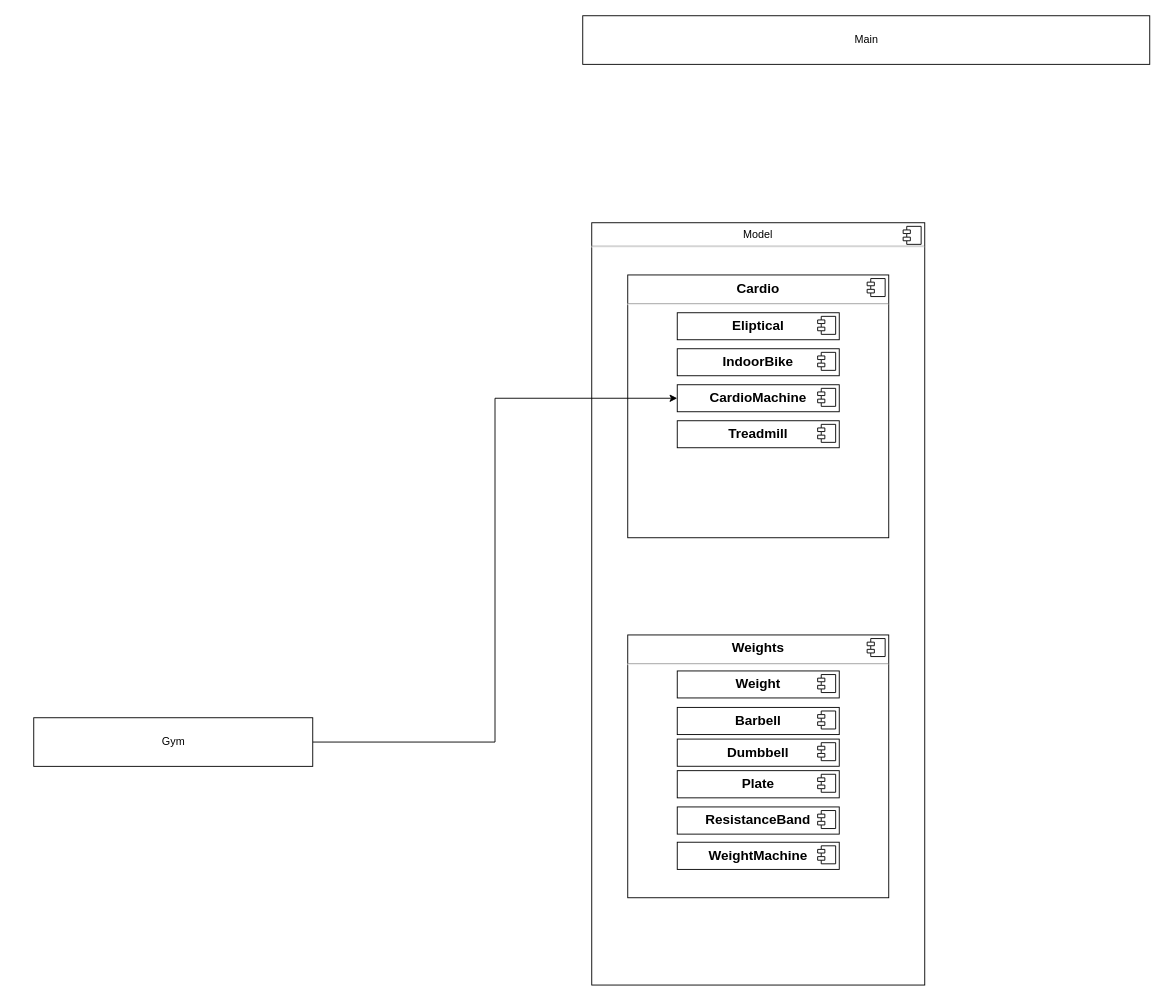
Earlier version of the draw.io diagram FitLifeGymMAP.drawio (OmenM/Programming). Source tidied: cells renumbered, new cells numbered last; positions are measured from the earlier drawing's top-left corner, leaving out a move shared by most shapes. Both pictures are drawn from the tidied source at 90%, with x=0, y=0 at pixel (33, 15).
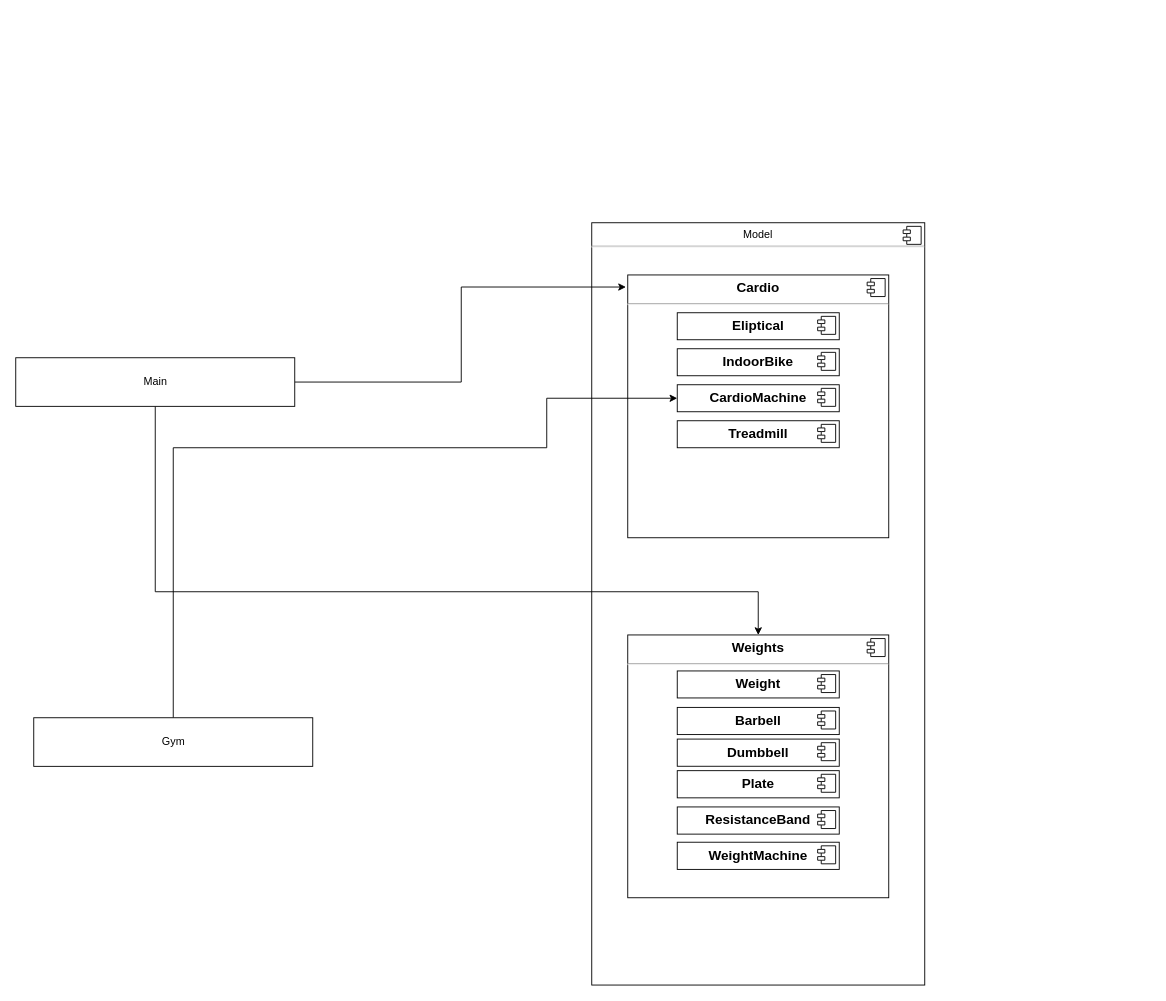
The same diagram, later.

The change refers to these unchanged cells:
```xml
<mxCell id="4" value="&lt;p style=&quot;margin: 0px ; margin-top: 6px ; text-align: center&quot;&gt;&lt;b&gt;Weights&lt;/b&gt;&lt;/p&gt;&lt;hr&gt;&lt;p style=&quot;margin: 0px ; margin-left: 8px&quot;&gt;&lt;br&gt;&lt;/p&gt;" style="align=left;overflow=fill;html=1;fontSize=15;" parent="2" vertex="1">
  <mxGeometry x="40" y="458" width="290" height="292" as="geometry" />
</mxCell>
<mxCell id="18" value="&lt;p style=&quot;margin: 0px ; margin-top: 6px ; text-align: center&quot;&gt;&lt;b&gt;Cardio&lt;/b&gt;&lt;/p&gt;&lt;hr&gt;&lt;p style=&quot;margin: 0px ; margin-left: 8px&quot;&gt;&lt;br&gt;&lt;/p&gt;" style="align=left;overflow=fill;html=1;fontSize=15;" parent="2" vertex="1">
  <mxGeometry x="40" y="58" width="290" height="292" as="geometry" />
</mxCell>
<mxCell id="24" value="&lt;p style=&quot;margin: 0px ; margin-top: 6px ; text-align: center&quot;&gt;&lt;b&gt;CardioMachine&lt;/b&gt;&lt;/p&gt;" style="align=left;overflow=fill;html=1;fontSize=15;" parent="18" vertex="1">
  <mxGeometry x="55" y="122" width="180" height="30" as="geometry" />
</mxCell>
<mxCell id="30" value="Gym" style="html=1;" parent="1" vertex="1">
  <mxGeometry y="780" width="310" height="54" as="geometry" />
</mxCell>
```

Diff of the diagram source:
```diff
@@
+    <mxCell id="31" style="edgeStyle=orthogonalEdgeStyle;rounded=0;jettySize=auto;html=1;entryX=-0.007;entryY=0.046;entryDx=0;entryDy=0;entryPerimeter=0;" parent="1" edge="1" source="28" target="18">
+      <mxGeometry relative="1" as="geometry" />
+    </mxCell>
+    <mxCell id="32" style="edgeStyle=orthogonalEdgeStyle;rounded=0;jettySize=auto;html=1;entryX=0.5;entryY=0;entryDx=0;entryDy=0;" parent="1" edge="1" source="28" target="4">
+      <mxGeometry relative="1" as="geometry">
+        <Array as="points">
+          <mxPoint x="135" y="640" />
+          <mxPoint x="805" y="640" />
+        </Array>
+      </mxGeometry>
+    </mxCell>
     <mxCell id="28" value="Main&lt;br&gt;" style="html=1;" parent="1" vertex="1">
-      <mxGeometry x="610" width="630" height="54" as="geometry" />
+      <mxGeometry x="-20" y="380" width="310" height="54" as="geometry" />
     </mxCell>
     <mxCell id="29" style="edgeStyle=orthogonalEdgeStyle;rounded=0;jettySize=auto;html=1;entryX=0;entryY=0.5;entryDx=0;entryDy=0;fontSize=15;" parent="1" edge="1" source="30" target="24">
-      <mxGeometry relative="1" as="geometry" />
+      <mxGeometry relative="1" as="geometry">
+        <Array as="points">
+          <mxPoint x="155" y="480" />
+          <mxPoint x="570" y="480" />
+          <mxPoint x="570" y="425" />
+        </Array>
+      </mxGeometry>
     </mxCell>
```
